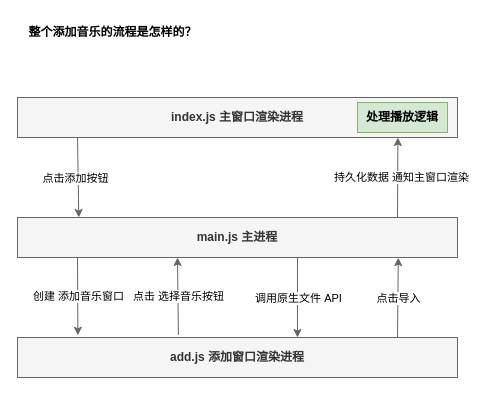
Above: page "Electron-music-player" (2 of 2) of imgs/未命名绘图.drawio in djsz3y/learning-notes (draw.io), before the change. Source tidied: cells renumbered, new cells numbered last; positions are measured from the earlier drawing's top-left corner, leaving out a move shared by most shapes. Both pictures are drawn from the tidied source at 100%, with x=0, y=0 at pixel (17, 17).
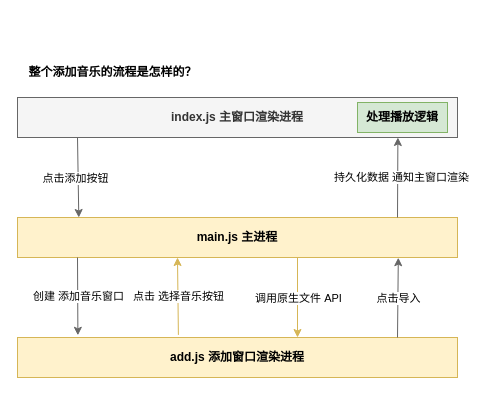
The same diagram, later.

Commit message:
更新未命名绘图.drawio

Diff of the diagram source:
```diff
@@
-    <mxCell id="2" style="group;" parent="1" vertex="1">
-      <mxGeometry width="440" height="360" as="geometry" />
-    </mxCell>
-    <mxCell id="3" style="group;" parent="2" vertex="1">
-      <mxGeometry y="80" width="440" height="280" as="geometry" />
-    </mxCell>
+    <mxCell id="20" value="整个添加音乐的流程是怎样的？" style="text;html=1;align=center;verticalAlign=middle;strokeColor=none;fillColor=none;fontStyle=1;" parent="1" vertex="1">
+      <mxGeometry y="40" width="190" height="30" as="geometry" />
+    </mxCell>
+    <mxCell id="21" style="group;" parent="1" vertex="1">
+      <mxGeometry y="80" width="440" height="280" as="geometry" />
+    </mxCell>
-    <mxCell id="4" value="index.js 主窗口渲染进程" style="rounded=0;whiteSpace=wrap;html=1;fontStyle=1;fillColor=#f5f5f5;fontColor=#333333;strokeColor=#666666;" parent="3" vertex="1">
+    <mxCell id="4" value="index.js 主窗口渲染进程" style="rounded=0;whiteSpace=wrap;html=1;fontStyle=1;fillColor=#f5f5f5;fontColor=#333333;strokeColor=#666666;" parent="21" vertex="1">
       <mxGeometry width="440" height="40" as="geometry" />
     </mxCell>
-    <mxCell id="5" value="处理播放逻辑" style="rounded=0;whiteSpace=wrap;html=1;fontStyle=1;fillColor=#d5e8d4;strokeColor=#82b366;" parent="3" vertex="1">
+    <mxCell id="5" value="处理播放逻辑" style="rounded=0;whiteSpace=wrap;html=1;fontStyle=1;fillColor=#d5e8d4;strokeColor=#82b366;" parent="21" vertex="1">
       <mxGeometry x="340" y="5" width="90" height="30" as="geometry" />
     </mxCell>
-    <mxCell id="6" value="main.js 主进程" style="rounded=0;whiteSpace=wrap;html=1;fontStyle=1;fillColor=#f5f5f5;fontColor=#333333;strokeColor=#666666;" parent="3" vertex="1">
+    <mxCell id="6" value="main.js 主进程" style="rounded=0;whiteSpace=wrap;html=1;fontStyle=1;fillColor=#fff2cc;strokeColor=#d6b656;" parent="21" vertex="1">
       <mxGeometry y="120" width="440" height="40" as="geometry" />
     </mxCell>
-    <mxCell id="7" style="endArrow=classic;html=1;rounded=0;exitX=0.133;exitY=1;exitDx=0;exitDy=0;exitPerimeter=0;entryX=0.136;entryY=0.004;entryDx=0;entryDy=0;entryPerimeter=0;fillColor=#f5f5f5;strokeColor=#666666;" parent="3" edge="1">
+    <mxCell id="7" style="endArrow=classic;html=1;rounded=0;exitX=0.133;exitY=1;exitDx=0;exitDy=0;exitPerimeter=0;entryX=0.136;entryY=0.004;entryDx=0;entryDy=0;entryPerimeter=0;fillColor=#f5f5f5;strokeColor=#666666;" parent="21" edge="1">
       <mxGeometry relative="1" as="geometry">
         <mxPoint x="60" y="39.8" as="sourcePoint" />
         <mxPoint x="61.3" y="120" as="targetPoint" />
       </mxGeometry>
     </mxCell>
@@
-    <mxCell id="9" style="endArrow=classic;html=1;rounded=0;exitX=0.865;exitY=0.013;exitDx=0;exitDy=0;exitPerimeter=0;entryX=0.866;entryY=1.014;entryDx=0;entryDy=0;entryPerimeter=0;fillColor=#f5f5f5;strokeColor=#666666;" parent="3" edge="1">
+    <mxCell id="9" style="endArrow=classic;html=1;rounded=0;exitX=0.865;exitY=0.013;exitDx=0;exitDy=0;exitPerimeter=0;entryX=0.866;entryY=1.014;entryDx=0;entryDy=0;entryPerimeter=0;fillColor=#f5f5f5;strokeColor=#666666;" parent="21" edge="1">
       <mxGeometry relative="1" as="geometry">
         <mxPoint x="380" y="120" as="sourcePoint" />
         <mxPoint x="380.4" y="40" as="targetPoint" />
       </mxGeometry>
     </mxCell>
@@
-    <mxCell id="11" value="add.js 添加窗口渲染进程" style="rounded=0;whiteSpace=wrap;html=1;fontStyle=1;fillColor=#f5f5f5;fontColor=#333333;strokeColor=#666666;" parent="3" vertex="1">
+    <mxCell id="11" value="add.js 添加窗口渲染进程" style="rounded=0;whiteSpace=wrap;html=1;fontStyle=1;fillColor=#fff2cc;strokeColor=#d6b656;" parent="21" vertex="1">
       <mxGeometry y="240" width="440" height="40" as="geometry" />
     </mxCell>
-    <mxCell id="12" style="endArrow=classic;html=1;rounded=0;exitX=0.133;exitY=1;exitDx=0;exitDy=0;exitPerimeter=0;entryX=0.134;entryY=-0.027;entryDx=0;entryDy=0;entryPerimeter=0;fillColor=#f5f5f5;strokeColor=#666666;" parent="3" edge="1">
+    <mxCell id="12" style="endArrow=classic;html=1;rounded=0;exitX=0.133;exitY=1;exitDx=0;exitDy=0;exitPerimeter=0;entryX=0.134;entryY=-0.027;entryDx=0;entryDy=0;entryPerimeter=0;fillColor=#f5f5f5;strokeColor=#666666;" parent="21" edge="1">
       <mxGeometry relative="1" as="geometry">
         <mxPoint x="60" y="160" as="sourcePoint" />
         <mxPoint x="60.4" y="237.8" as="targetPoint" />
       </mxGeometry>
     </mxCell>
@@
-    <mxCell id="14" style="endArrow=classic;html=1;rounded=0;exitX=0.133;exitY=1.013;exitDx=0;exitDy=0;exitPerimeter=0;entryX=0.133;entryY=0.013;entryDx=0;entryDy=0;entryPerimeter=0;fillColor=#f5f5f5;strokeColor=#666666;" parent="3" edge="1">
+    <mxCell id="14" style="endArrow=classic;html=1;rounded=0;exitX=0.133;exitY=1.013;exitDx=0;exitDy=0;exitPerimeter=0;entryX=0.133;entryY=0.013;entryDx=0;entryDy=0;entryPerimeter=0;fillColor=#fff2cc;strokeColor=#d6b656;" parent="21" edge="1">
       <mxGeometry relative="1" as="geometry">
         <mxPoint x="280" y="160" as="sourcePoint" />
         <mxPoint x="280" y="240" as="targetPoint" />
       </mxGeometry>
     </mxCell>
@@
-    <mxCell id="16" style="endArrow=classic;html=1;rounded=0;entryX=0.82;entryY=1.005;entryDx=0;entryDy=0;entryPerimeter=0;fillColor=#f5f5f5;strokeColor=#666666;" parent="3" edge="1">
+    <mxCell id="16" style="endArrow=classic;html=1;rounded=0;entryX=0.82;entryY=1.005;entryDx=0;entryDy=0;entryPerimeter=0;fillColor=#f5f5f5;strokeColor=#666666;" parent="21" edge="1">
       <mxGeometry relative="1" as="geometry">
         <mxPoint x="380" y="240" as="sourcePoint" />
         <mxPoint x="380.8" y="160.2" as="targetPoint" />
       </mxGeometry>
     </mxCell>
@@
-    <mxCell id="18" style="endArrow=classic;html=1;rounded=0;exitX=0.318;exitY=-0.017;exitDx=0;exitDy=0;exitPerimeter=0;entryX=0.316;entryY=1.015;entryDx=0;entryDy=0;entryPerimeter=0;fillColor=#f5f5f5;strokeColor=#666666;" parent="3" edge="1">
+    <mxCell id="18" style="endArrow=classic;html=1;rounded=0;exitX=0.318;exitY=-0.017;exitDx=0;exitDy=0;exitPerimeter=0;entryX=0.316;entryY=1.015;entryDx=0;entryDy=0;entryPerimeter=0;fillColor=#fff2cc;strokeColor=#d6b656;" parent="21" edge="1">
       <mxGeometry relative="1" as="geometry">
         <mxPoint x="160.9" y="237.4" as="sourcePoint" />
         <mxPoint x="160" y="160" as="targetPoint" />
       </mxGeometry>
     </mxCell>
@@
-    <mxCell id="20" value="整个添加音乐的流程是怎样的？" style="text;html=1;align=center;verticalAlign=middle;strokeColor=none;fillColor=none;fontStyle=1;" parent="2" vertex="1">
-      <mxGeometry width="190" height="30" as="geometry" />
-    </mxCell>
```
